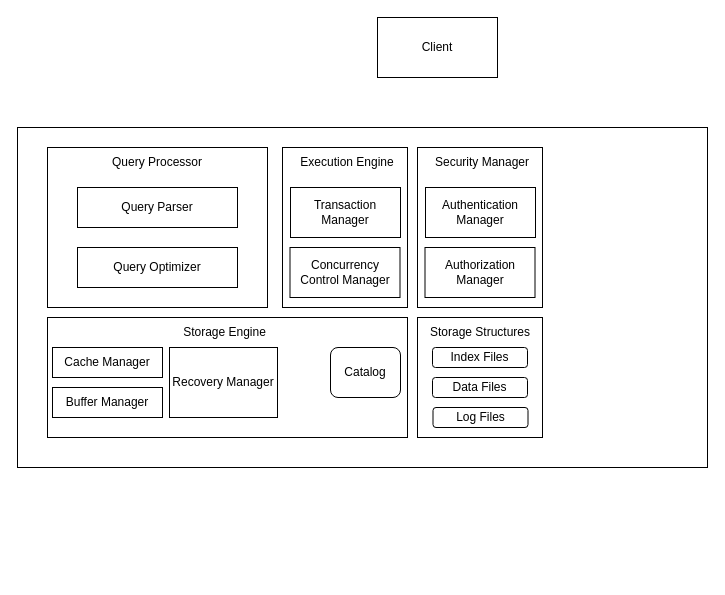
This is DBMS Architecture Diagram.drawio from jayanthkmr/architecture-diagrams, a draw.io file, before an edit. Source tidied: cells renumbered, new cells numbered last; positions are measured from the earlier drawing's top-left corner, leaving out a move shared by most shapes. Both pictures are drawn from the tidied source at 100%, with x=0, y=0 at pixel (17, 17).
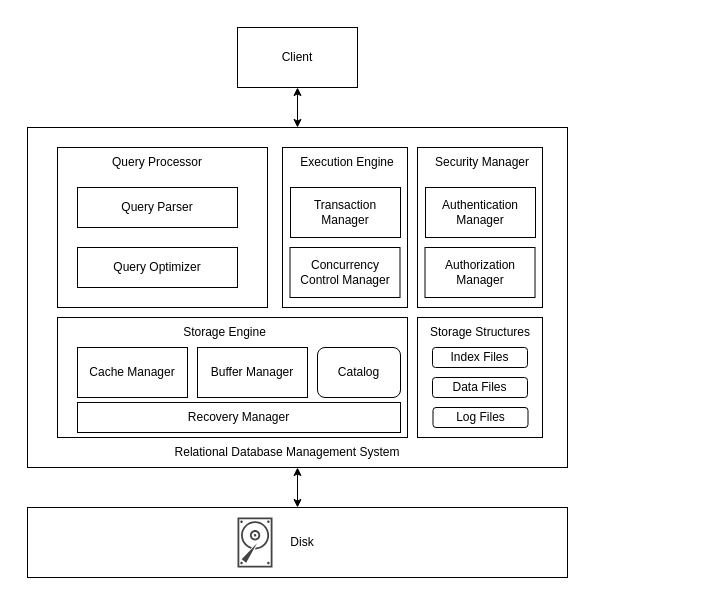
After the change.

Change to the diagram source:
```diff
@@
+    <mxCell id="27" style="rounded=0;whiteSpace=wrap;html=1;" parent="1" vertex="1">
+      <mxGeometry x="10" y="490" width="540" height="70" as="geometry" />
+    </mxCell>
     <mxCell id="2" style="rounded=0;whiteSpace=wrap;html=1;" parent="1" vertex="1">
-      <mxGeometry y="110" width="690" height="340" as="geometry" />
+      <mxGeometry x="10" y="110" width="540" height="340" as="geometry" />
     </mxCell>
     <mxCell id="3" value="Client" style="rounded=0;whiteSpace=wrap;html=1;" parent="1" vertex="1">
-      <mxGeometry x="360" width="120" height="60" as="geometry" />
+      <mxGeometry x="220" y="10" width="120" height="60" as="geometry" />
     </mxCell>
     <mxCell id="4" style="rounded=0;whiteSpace=wrap;html=1;" parent="1" vertex="1">
-      <mxGeometry x="30" y="130" width="220" height="160" as="geometry" />
+      <mxGeometry x="40" y="130" width="210" height="160" as="geometry" />
     </mxCell>
@@
     <mxCell id="9" style="rounded=0;whiteSpace=wrap;html=1;" parent="1" vertex="1">
-      <mxGeometry x="30" y="300" width="360" height="120" as="geometry" />
+      <mxGeometry x="40" y="300" width="350" height="120" as="geometry" />
     </mxCell>
@@
     <mxCell id="11" value="Cache Manager" style="rounded=0;whiteSpace=wrap;html=1;" parent="1" vertex="1">
-      <mxGeometry x="35" y="330" width="110" height="30" as="geometry" />
+      <mxGeometry x="60" y="330" width="110" height="50" as="geometry" />
     </mxCell>
     <mxCell id="12" value="Buffer Manager" style="rounded=0;whiteSpace=wrap;html=1;" parent="1" vertex="1">
-      <mxGeometry x="35" y="370" width="110" height="30" as="geometry" />
+      <mxGeometry x="180" y="330" width="110" height="50" as="geometry" />
     </mxCell>
@@
     <mxCell id="15" value="Recovery Manager" style="rounded=0;whiteSpace=wrap;html=1;" parent="1" vertex="1">
-      <mxGeometry x="152" y="330" width="108" height="70" as="geometry" />
+      <mxGeometry x="60" y="385" width="323" height="30" as="geometry" />
     </mxCell>
@@
     <mxCell id="25" value="Catalog" style="rounded=1;whiteSpace=wrap;html=1;" parent="1" vertex="1">
-      <mxGeometry x="313" y="330" width="70" height="50" as="geometry" />
+      <mxGeometry x="300" y="330" width="83" height="50" as="geometry" />
     </mxCell>
@@
+    <mxCell id="28" style="sketch=0;shadow=0;dashed=0;html=1;strokeColor=none;fillColor=#434445;labelPosition=center;verticalLabelPosition=bottom;verticalAlign=top;align=center;shape=mxgraph.vvd.disk;" parent="1" vertex="1">
+      <mxGeometry x="220" y="500" width="35" height="50" as="geometry" />
+    </mxCell>
+    <mxCell id="29" value="Disk" style="text;html=1;strokeColor=none;fillColor=none;align=center;verticalAlign=middle;whiteSpace=wrap;rounded=0;" parent="1" vertex="1">
+      <mxGeometry x="255" y="510" width="60" height="30" as="geometry" />
+    </mxCell>
+    <mxCell id="30" style="endArrow=classic;startArrow=classic;html=1;rounded=0;" parent="1" edge="1" source="27" target="2">
+      <mxGeometry relative="1" as="geometry" />
+    </mxCell>
+    <mxCell id="31" style="endArrow=classic;startArrow=classic;html=1;rounded=0;entryX=0.5;entryY=1;entryDx=0;entryDy=0;exitX=0.5;exitY=0;exitDx=0;exitDy=0;" parent="1" edge="1" source="2" target="3">
+      <mxGeometry relative="1" as="geometry" />
+    </mxCell>
+    <mxCell id="32" value="Relational Database Management System" style="text;html=1;strokeColor=none;fillColor=none;align=center;verticalAlign=middle;whiteSpace=wrap;rounded=0;" parent="1" vertex="1">
+      <mxGeometry x="140" y="420" width="260" height="30" as="geometry" />
+    </mxCell>
```
